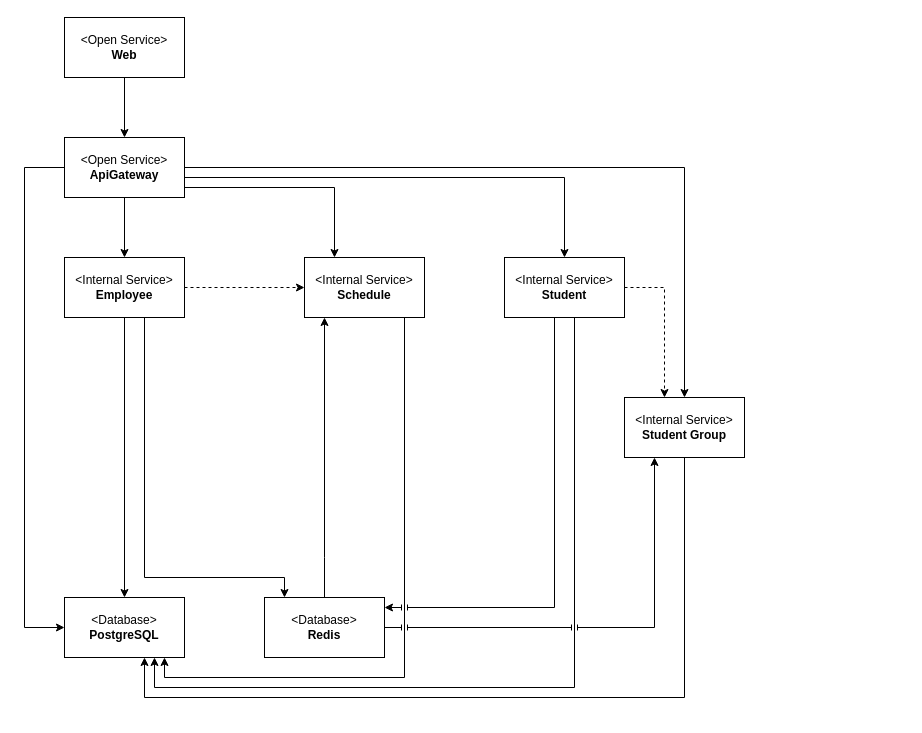
IrusHunter/duckademic keeps this draw.io diagram as docs/architecture.drawio. Above is the earlier version. Source tidied: cells renumbered, new cells numbered last; positions are measured from the earlier drawing's top-left corner, leaving out a move shared by most shapes. Both pictures are drawn from the tidied source at 100%, with x=0, y=0 at pixel (24, 17).
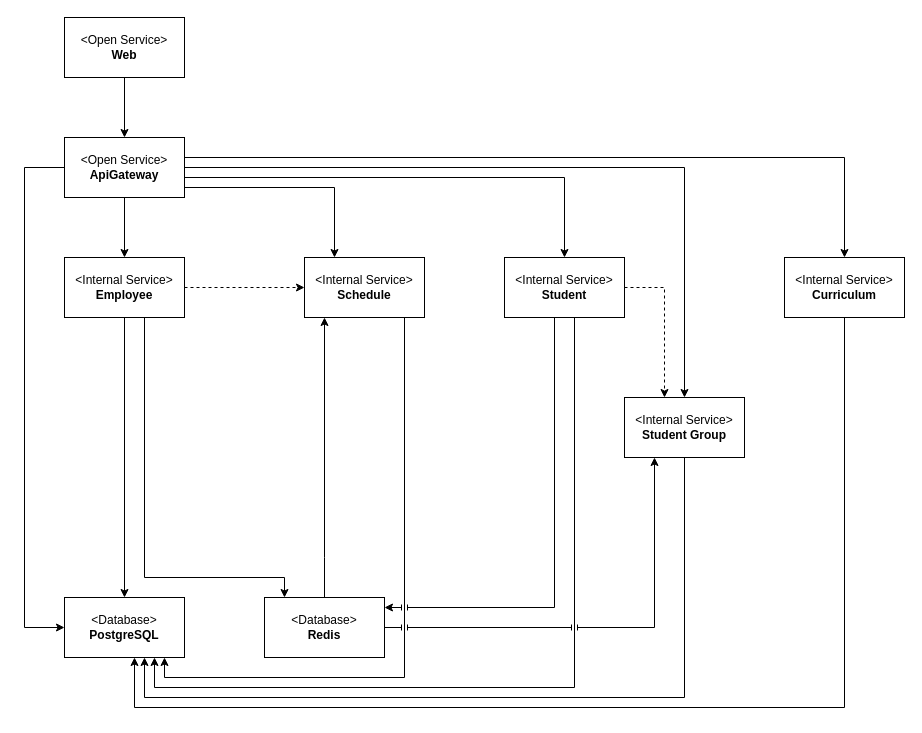
The same diagram, later.

The change refers to these unchanged cells:
```xml
<mxCell id="7" value="&amp;lt;Open Service&amp;gt;&lt;div&gt;&lt;b&gt;ApiGateway&lt;/b&gt;&lt;/div&gt;" style="html=1;whiteSpace=wrap;" parent="1" vertex="1">
  <mxGeometry x="40" y="120" width="120" height="60" as="geometry" />
</mxCell>
<mxCell id="10" value="&amp;lt;Database&amp;gt;&lt;div&gt;&lt;b&gt;PostgreSQL&lt;/b&gt;&lt;/div&gt;" style="html=1;whiteSpace=wrap;" parent="1" vertex="1">
  <mxGeometry x="40" y="580" width="120" height="60" as="geometry" />
</mxCell>
```

Diff of the diagram source:
```diff
@@
+    <mxCell id="27" value="&amp;lt;Internal Service&amp;gt;&lt;div&gt;&lt;b&gt;Curriculum&lt;/b&gt;&lt;/div&gt;" style="html=1;whiteSpace=wrap;" parent="1" vertex="1">
+      <mxGeometry x="760" y="240" width="120" height="60" as="geometry" />
+    </mxCell>
+    <mxCell id="28" style="edgeStyle=orthogonalEdgeStyle;html=1;rounded=0;curved=0;jumpStyle=line;" parent="1" edge="1" source="7" target="27">
+      <mxGeometry relative="1" as="geometry">
+        <Array as="points">
+          <mxPoint x="820" y="140" />
+        </Array>
+      </mxGeometry>
+    </mxCell>
+    <mxCell id="29" style="edgeStyle=orthogonalEdgeStyle;html=1;rounded=0;curved=0;jumpStyle=line;" parent="1" edge="1" source="27" target="10">
+      <mxGeometry relative="1" as="geometry">
+        <Array as="points">
+          <mxPoint x="820" y="690" />
+          <mxPoint x="110" y="690" />
+        </Array>
+      </mxGeometry>
+    </mxCell>
```
